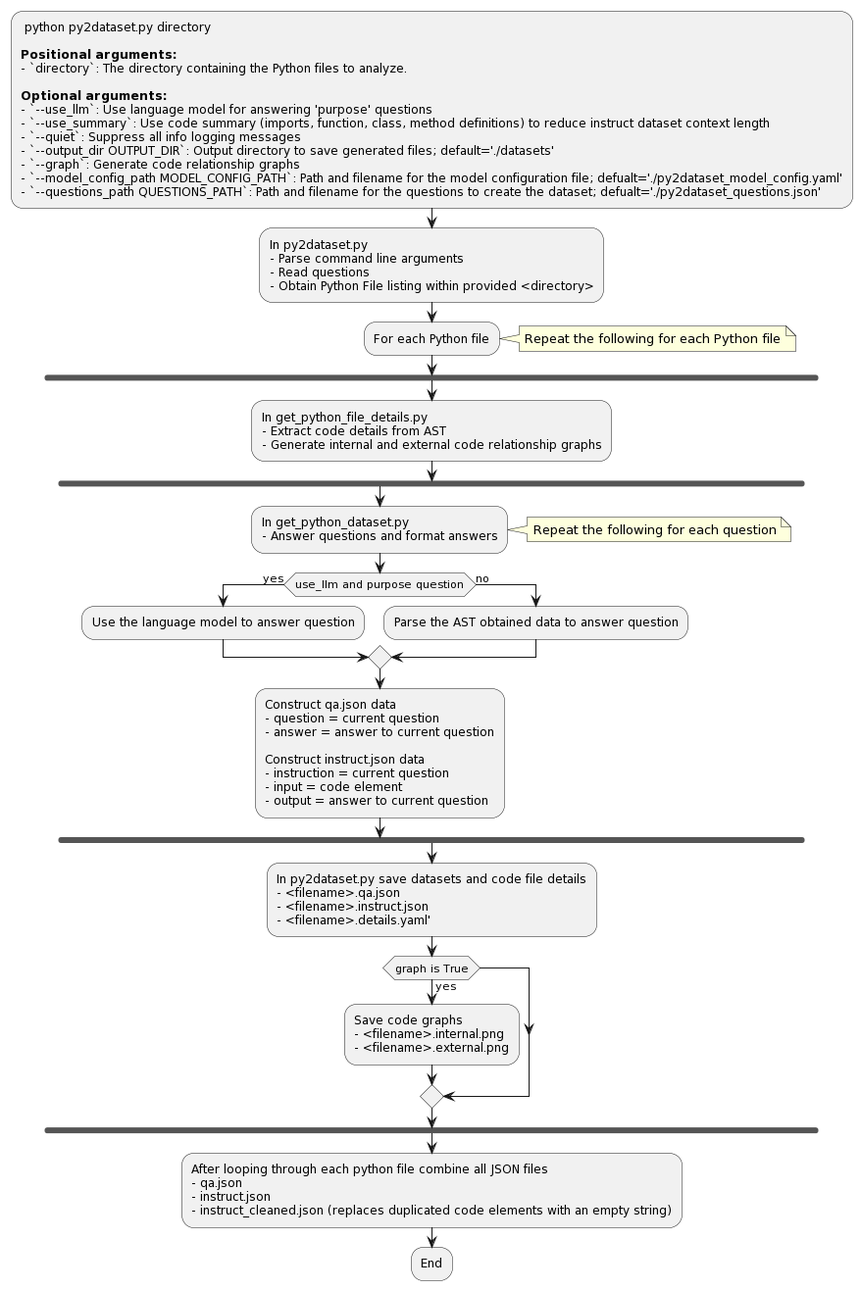
jeffmeloy/py2dataset keeps this PlantUML diagram as py2dataset.png. Above is the earlier version.
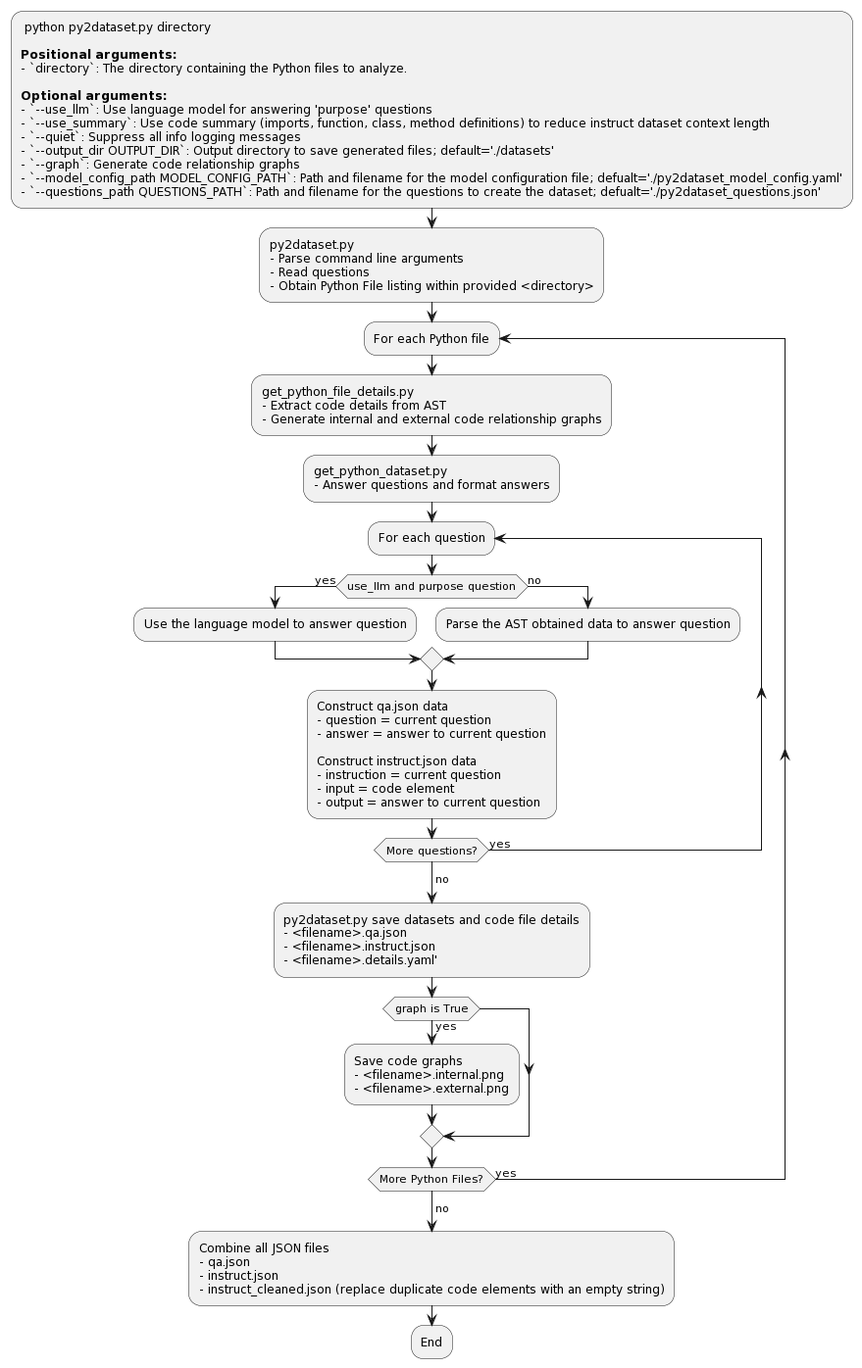
The same file after the commit.

Change to the diagram source:
```diff
@@ -12,51 +12,46 @@
 - `--graph`: Generate code relationship graphs
 - `--model_config_path MODEL_CONFIG_PATH`: Path and filename for the model configuration file; defualt='./py2dataset_model_config.yaml'
 - `--questions_path QUESTIONS_PATH`: Path and filename for the questions to create the dataset; defualt='./py2dataset_questions.json';
-:In py2dataset.py
+:py2dataset.py
 - Parse command line arguments
 - Read questions
 - Obtain Python File listing within provided <directory>;
-:For each Python file;
-note right
-Repeat the following for each Python file
-end note
-fork
-    :In get_python_file_details.py
-    - Extract code details from AST
-    - Generate internal and external code relationship graphs;
-    fork
-        :In get_python_dataset.py
-        - Answer questions and format answers;
-        note right
-        Repeat the following for each question
-        end note
-        if (use_llm and purpose question) then (yes)
-            :Use the language model to answer question;
-        else (no)
-            :Parse the AST obtained data to answer question;
-        endif
-        :Construct qa.json data
-        - question = current question
-        - answer = answer to current question
+Repeat :For each Python file;
+:get_python_file_details.py
+- Extract code details from AST
+- Generate internal and external code relationship graphs;
+:get_python_dataset.py
+- Answer questions and format answers;
+Repeat :For each question;
+if (use_llm and purpose question) then (yes)
+:Use the language model to answer question;
+else (no)
+:Parse the AST obtained data to answer question;
+endif
+:Construct qa.json data
+- question = current question
+- answer = answer to current question
 
-        Construct instruct.json data
-        - instruction = current question
-        - input = code element
-        - output = answer to current question;
-     endfork
-:In py2dataset.py save datasets and code file details
+Construct instruct.json data
+- instruction = current question
+- input = code element
+- output = answer to current question;
+Repeat while (More questions?) is (yes)
+->no;
+:py2dataset.py save datasets and code file details
 - <filename>.qa.json
 - <filename>.instruct.json
 - <filename>.details.yaml';
 if (graph is True) then (yes)
-   :Save code graphs
-   - <filename>.internal.png
-   - <filename>.external.png;
+:Save code graphs
+- <filename>.internal.png
+- <filename>.external.png;
 endif
-endfork
-:After looping through each python file combine all JSON files
+Repeat while (More Python Files?) is (yes)
+->no;
+:Combine all JSON files
 - qa.json
 - instruct.json
-- instruct_cleaned.json (replaces duplicated code elements with an empty string);
+- instruct_cleaned.json (replace duplicate code elements with an empty string);
 :End;
 @enduml
```
